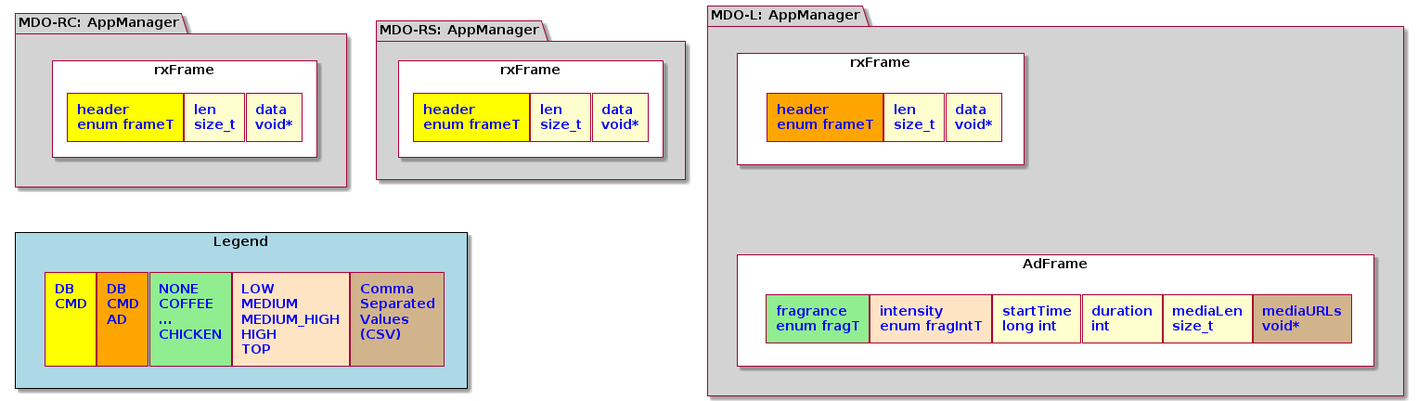
Earlier version of the PlantUML export Proj/diags/plantuml/misc/output/data-formats.png (ElectroQuanta/MDO).
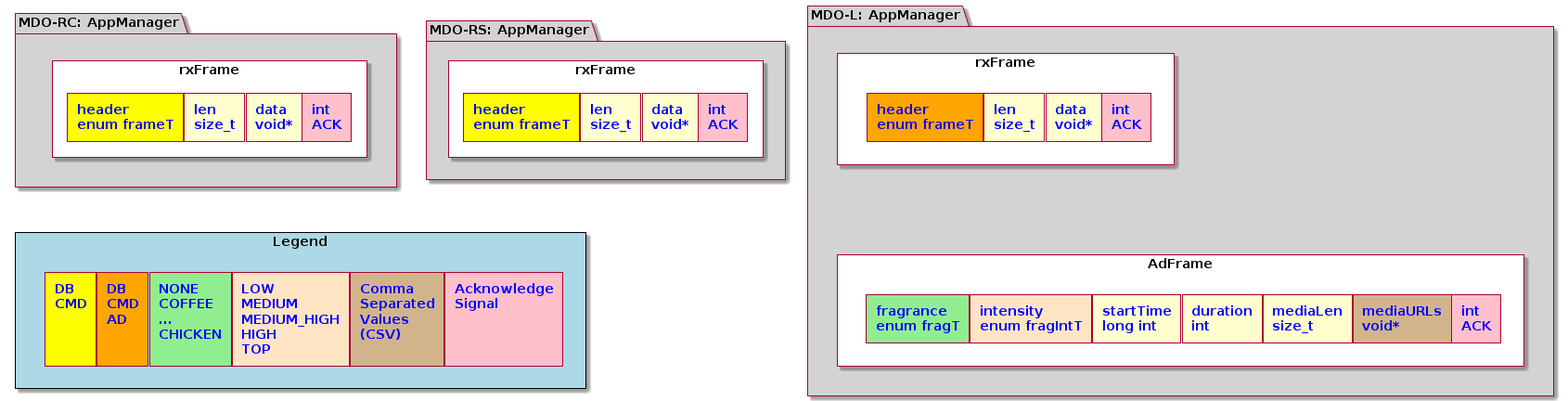
Above is the later version.

What changed in the source:
```diff
@@ -34,12 +34,14 @@
 !$fragTClr = "#lightgreen"
 !$fragIntTClr = "#bisque"
 !$mediaClr = "#tan"
+!$ackClr = "#pink"
 
 package "MDO-RC: AppManager" as MDORC #lightgrey{
   rectangle "rxFrame" as rxFrameRC{
   rectangle "header\nenum frameT" as P0 $basic
   rectangle "len\nsize_t" as P1
   rectangle "data\nvoid*" as P2
+  rectangle "int\nACK" as P3 $ackClr
   }
 }
 
@@ -48,6 +50,7 @@
   rectangle "header\nenum frameT" as P01 $basic
   rectangle "len\nsize_t" as P11
   rectangle "data\nvoid*" as P21
+  rectangle "int\nACK" as P31 $ackClr
   }
 }
 
@@ -56,6 +59,7 @@
   rectangle "header\nenum frameT" as P02 $local
   rectangle "len\nsize_t" as P12
   rectangle "data\nvoid*" as P22
+  rectangle "int\nACK" as P32 $ackClr
   }
   rectangle "AdFrame" as adFrame{
   rectangle "fragrance\nenum fragT" as P03 $fragTClr
@@ -64,6 +68,7 @@
   rectangle "duration\nint" as P33
   rectangle "mediaLen\nsize_t" as P43
   rectangle "mediaURLs\nvoid*" as P53 $mediaClr
+  rectangle "int\nACK" as P63 $ackClr
   }
 }
 
@@ -73,6 +78,7 @@
   rectangle "NONE\nCOFFEE\n...\nCHICKEN\n" as P24 $fragTClr
   rectangle "LOW\nMEDIUM\nMEDIUM_HIGH\nHIGH\nTOP" as P34 $fragIntTClr
   rectangle "Comma\nSeparated\nValues\n(CSV)\n" as P44 $mediaClr
+  rectangle "Acknowledge\nSignal\n\n\n" as P54 $ackClr
   }
 
   hide <<legStyle>> stereotype
@@ -80,22 +86,26 @@
 
  P0-[hidden]r-P1
  P1-[hidden]r-P2
+ P2-[hidden]r-P3
  P01-[hidden]r-P11
  P11-[hidden]r-P21
+ P21-[hidden]r-P31
  P02-[hidden]r-P12
  P12-[hidden]r-P22
+ P22-[hidden]r-P32
  P03-[hidden]r-P13
  P13-[hidden]r-P23
  P23-[hidden]r-P33
  P33-[hidden]r-P43
  P43-[hidden]r-P53
-
+ P53-[hidden]r-P63
  rxFrameL--[hidden]-adFrame
 
  P04-[hidden]r-P14
  P14-[hidden]r-P24
  P24-[hidden]r-P34
  P34-[hidden]r-P44
+ P44-[hidden]r-P54
  MDORC--[hidden]-LEG
 
 
```
